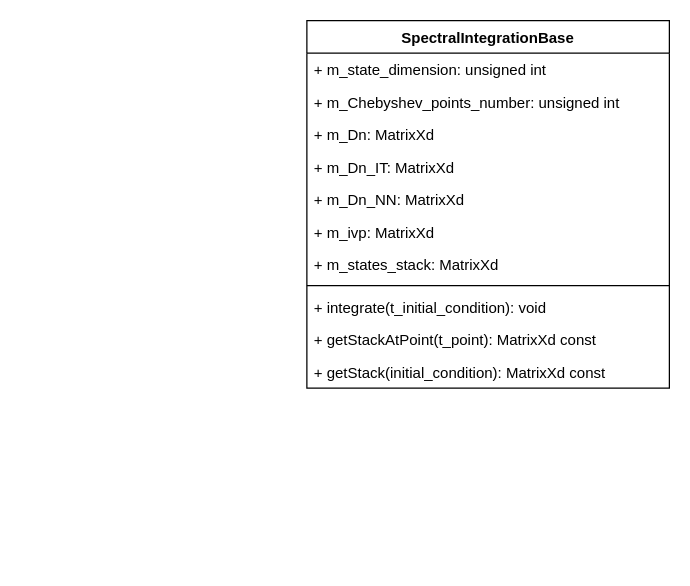
Earlier version of the draw.io diagram UMLs/class_diagram.drawio (ntorresalberto/OSNI). Source tidied: cells renumbered, new cells numbered last; positions are measured from the earlier drawing's top-left corner, leaving out a move shared by most shapes. Both pictures are drawn from the tidied source at 125%, with x=0, y=0 at pixel (306, 20).
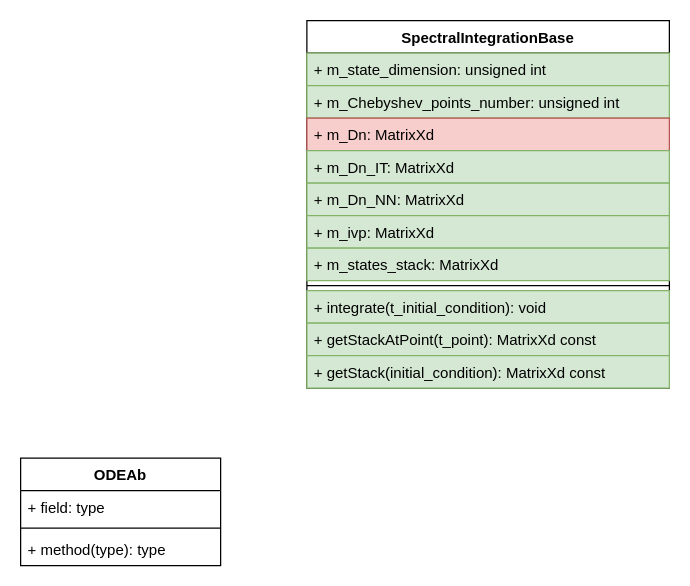
The same page after the edit.

Change to the diagram source:
```diff
@@
 <mxGraphModel>
   <root>
     <mxCell id="0" />
     <mxCell id="1" parent="0" />
     <mxCell id="2" value="SpectralIntegrationBase" style="swimlane;fontStyle=1;align=center;verticalAlign=top;horizontal=1;startSize=26;" parent="1" vertex="1">
       <mxGeometry width="290" height="294" as="geometry" />
     </mxCell>
-    <mxCell id="3" value="+ m_state_dimension: unsigned int" style="text;strokeColor=none;fillColor=none;align=left;verticalAlign=top;spacingLeft=4;spacingRight=4;overflow=hidden;" parent="2" vertex="1">
+    <mxCell id="3" value="+ m_state_dimension: unsigned int" style="text;strokeColor=#82b366;fillColor=#d5e8d4;align=left;verticalAlign=top;spacingLeft=4;spacingRight=4;overflow=hidden;" parent="2" vertex="1">
       <mxGeometry y="26" width="290" height="26" as="geometry" />
     </mxCell>
-    <mxCell id="4" value="+ m_Chebyshev_points_number: unsigned int" style="text;strokeColor=none;fillColor=none;align=left;verticalAlign=top;spacingLeft=4;spacingRight=4;overflow=hidden;" parent="2" vertex="1">
+    <mxCell id="4" value="+ m_Chebyshev_points_number: unsigned int" style="text;strokeColor=#82b366;fillColor=#d5e8d4;align=left;verticalAlign=top;spacingLeft=4;spacingRight=4;overflow=hidden;" parent="2" vertex="1">
       <mxGeometry y="52" width="290" height="26" as="geometry" />
     </mxCell>
-    <mxCell id="5" value="+ m_Dn: MatrixXd" style="text;strokeColor=none;fillColor=none;align=left;verticalAlign=top;spacingLeft=4;spacingRight=4;overflow=hidden;" parent="2" vertex="1">
+    <mxCell id="5" value="+ m_Dn: MatrixXd" style="text;strokeColor=#b85450;fillColor=#f8cecc;align=left;verticalAlign=top;spacingLeft=4;spacingRight=4;overflow=hidden;" parent="2" vertex="1">
       <mxGeometry y="78" width="290" height="26" as="geometry" />
     </mxCell>
-    <mxCell id="6" value="+ m_Dn_IT: MatrixXd" style="text;strokeColor=none;fillColor=none;align=left;verticalAlign=top;spacingLeft=4;spacingRight=4;overflow=hidden;" parent="2" vertex="1">
+    <mxCell id="6" value="+ m_Dn_IT: MatrixXd" style="text;strokeColor=#82b366;fillColor=#d5e8d4;align=left;verticalAlign=top;spacingLeft=4;spacingRight=4;overflow=hidden;" parent="2" vertex="1">
       <mxGeometry y="104" width="290" height="26" as="geometry" />
     </mxCell>
-    <mxCell id="7" value="+ m_Dn_NN: MatrixXd" style="text;strokeColor=none;fillColor=none;align=left;verticalAlign=top;spacingLeft=4;spacingRight=4;overflow=hidden;" parent="2" vertex="1">
+    <mxCell id="7" value="+ m_Dn_NN: MatrixXd" style="text;strokeColor=#82b366;fillColor=#d5e8d4;align=left;verticalAlign=top;spacingLeft=4;spacingRight=4;overflow=hidden;" parent="2" vertex="1">
       <mxGeometry y="130" width="290" height="26" as="geometry" />
     </mxCell>
-    <mxCell id="8" value="+ m_ivp: MatrixXd" style="text;strokeColor=none;fillColor=none;align=left;verticalAlign=top;spacingLeft=4;spacingRight=4;overflow=hidden;" parent="2" vertex="1">
+    <mxCell id="8" value="+ m_ivp: MatrixXd" style="text;strokeColor=#82b366;fillColor=#d5e8d4;align=left;verticalAlign=top;spacingLeft=4;spacingRight=4;overflow=hidden;" parent="2" vertex="1">
       <mxGeometry y="156" width="290" height="26" as="geometry" />
     </mxCell>
-    <mxCell id="9" value="+ m_states_stack: MatrixXd" style="text;strokeColor=none;fillColor=none;align=left;verticalAlign=top;spacingLeft=4;spacingRight=4;overflow=hidden;" parent="2" vertex="1">
+    <mxCell id="9" value="+ m_states_stack: MatrixXd" style="text;align=left;verticalAlign=top;spacingLeft=4;spacingRight=4;overflow=hidden;fillColor=#d5e8d4;strokeColor=#82b366;" parent="2" vertex="1">
       <mxGeometry y="182" width="290" height="26" as="geometry" />
     </mxCell>
     <mxCell id="10" style="line;strokeWidth=1;fillColor=none;align=left;verticalAlign=middle;spacingTop=-1;spacingLeft=3;spacingRight=3;labelPosition=right;" parent="2" vertex="1">
       <mxGeometry y="208" width="290" height="8" as="geometry" />
     </mxCell>
-    <mxCell id="11" value="+ integrate(t_initial_condition): void" style="text;strokeColor=none;fillColor=none;align=left;verticalAlign=top;spacingLeft=4;spacingRight=4;overflow=hidden;" parent="2" vertex="1">
+    <mxCell id="11" value="+ integrate(t_initial_condition): void" style="text;strokeColor=#82b366;fillColor=#d5e8d4;align=left;verticalAlign=top;spacingLeft=4;spacingRight=4;overflow=hidden;" parent="2" vertex="1">
       <mxGeometry y="216" width="290" height="26" as="geometry" />
     </mxCell>
-    <mxCell id="12" value="+ getStackAtPoint(t_point): MatrixXd const" style="text;strokeColor=none;fillColor=none;align=left;verticalAlign=top;spacingLeft=4;spacingRight=4;overflow=hidden;" parent="2" vertex="1">
+    <mxCell id="12" value="+ getStackAtPoint(t_point): MatrixXd const" style="text;strokeColor=#82b366;fillColor=#d5e8d4;align=left;verticalAlign=top;spacingLeft=4;spacingRight=4;overflow=hidden;" parent="2" vertex="1">
       <mxGeometry y="242" width="290" height="26" as="geometry" />
     </mxCell>
-    <mxCell id="13" value="+ getStack(initial_condition): MatrixXd const" style="text;strokeColor=none;fillColor=none;align=left;verticalAlign=top;spacingLeft=4;spacingRight=4;overflow=hidden;" parent="2" vertex="1">
+    <mxCell id="13" value="+ getStack(initial_condition): MatrixXd const" style="text;strokeColor=#82b366;fillColor=#d5e8d4;align=left;verticalAlign=top;spacingLeft=4;spacingRight=4;overflow=hidden;" parent="2" vertex="1">
       <mxGeometry y="268" width="290" height="26" as="geometry" />
     </mxCell>
+    <mxCell id="14" value="ODEAb" style="swimlane;fontStyle=1;align=center;verticalAlign=top;horizontal=1;startSize=26;" parent="1" vertex="1">
+      <mxGeometry x="-229" y="350" width="160" height="86" as="geometry" />
+    </mxCell>
+    <mxCell id="15" value="+ field: type" style="text;strokeColor=none;fillColor=none;align=left;verticalAlign=top;spacingLeft=4;spacingRight=4;overflow=hidden;" parent="14" vertex="1">
+      <mxGeometry y="26" width="160" height="26" as="geometry" />
+    </mxCell>
+    <mxCell id="16" style="line;strokeWidth=1;fillColor=none;align=left;verticalAlign=middle;spacingTop=-1;spacingLeft=3;spacingRight=3;labelPosition=right;" parent="14" vertex="1">
+      <mxGeometry y="52" width="160" height="8" as="geometry" />
+    </mxCell>
+    <mxCell id="17" value="+ method(type): type" style="text;strokeColor=none;fillColor=none;align=left;verticalAlign=top;spacingLeft=4;spacingRight=4;overflow=hidden;" parent="14" vertex="1">
+      <mxGeometry y="60" width="160" height="26" as="geometry" />
+    </mxCell>
   </root>
 </mxGraphModel>
```
